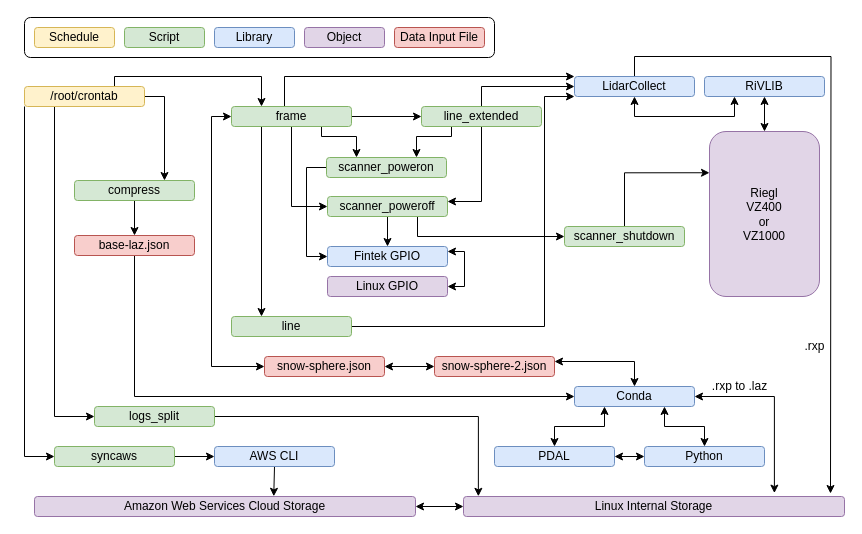
Above: Images/Software_Schematic.drawio in CRREL/Mammoth-A-TLS (draw.io), before the change. Source tidied: cells renumbered, new cells numbered last; positions are measured from the earlier drawing's top-left corner, leaving out a move shared by most shapes. Both pictures are drawn from the tidied source at 100%, with x=0, y=0 at pixel (24, 17).
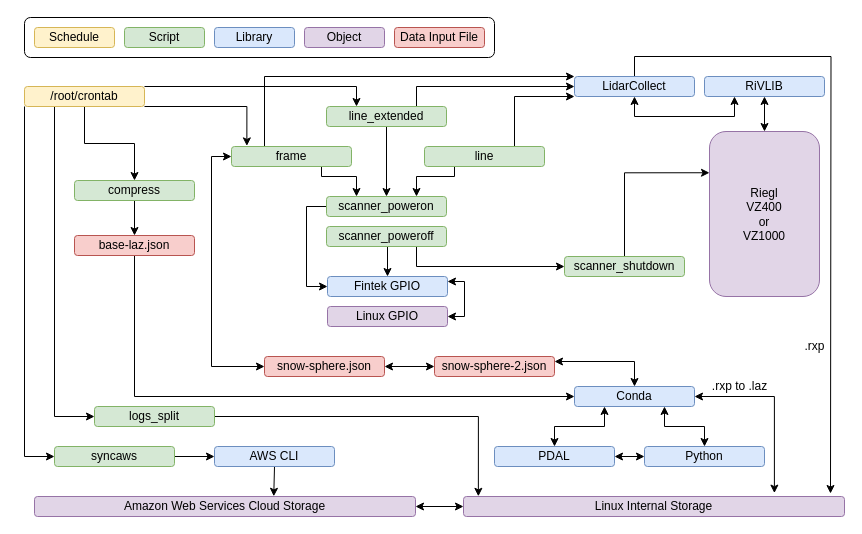
The same diagram, later.

Commit message (it also covers changes not shown here):
updated software schematic to remove scanner_poweroff calls

The change refers to these unchanged cells:
```xml
<mxCell id="7" value="/root/crontab" style="rounded=1;whiteSpace=wrap;html=1;fillColor=#fff2cc;strokeColor=#d6b656;" parent="1" vertex="1">
  <mxGeometry y="69" width="120" height="20" as="geometry" />
</mxCell>
<mxCell id="22" value="LidarCollect" style="rounded=1;whiteSpace=wrap;html=1;fillColor=#dae8fc;strokeColor=#6c8ebf;" parent="1" vertex="1">
  <mxGeometry x="550" y="59" width="120" height="20" as="geometry" />
</mxCell>
<mxCell id="43" value="compress" style="rounded=1;whiteSpace=wrap;html=1;fillColor=#d5e8d4;strokeColor=#82b366;" parent="1" vertex="1">
  <mxGeometry x="50" y="163" width="120" height="20" as="geometry" />
</mxCell>
```

The edit, as a diff of the source:
```diff
@@
-    <mxCell id="3" style="edgeStyle=orthogonalEdgeStyle;rounded=0;jettySize=auto;html=1;exitX=0.75;exitY=0;exitDx=0;exitDy=0;entryX=0.25;entryY=0;entryDx=0;entryDy=0;startArrow=none;startFill=0;" parent="1" edge="1" source="7" target="17">
-      <mxGeometry relative="1" as="geometry">
-        <Array as="points">
-          <mxPoint x="90" y="59" />
-          <mxPoint x="237" y="59" />
-        </Array>
-      </mxGeometry>
-    </mxCell>
-    <mxCell id="4" style="edgeStyle=orthogonalEdgeStyle;rounded=0;jettySize=auto;html=1;exitX=1;exitY=0.5;exitDx=0;exitDy=0;entryX=0.75;entryY=0;entryDx=0;entryDy=0;startArrow=none;startFill=0;" parent="1" edge="1" source="7" target="43">
-      <mxGeometry relative="1" as="geometry" />
-    </mxCell>
@@
+    <mxCell id="4" style="edgeStyle=orthogonalEdgeStyle;rounded=0;jettySize=auto;html=1;exitX=0.5;exitY=1;exitDx=0;exitDy=0;entryX=0.5;entryY=0;entryDx=0;entryDy=0;" parent="1" edge="1" source="7" target="43">
+      <mxGeometry relative="1" as="geometry" />
+    </mxCell>
+    <mxCell id="69" style="edgeStyle=orthogonalEdgeStyle;rounded=0;jettySize=auto;html=1;exitX=1;exitY=0;exitDx=0;exitDy=0;entryX=0.25;entryY=0;entryDx=0;entryDy=0;" parent="1" edge="1" source="7" target="64">
+      <mxGeometry relative="1" as="geometry">
+        <Array as="points">
+          <mxPoint x="332" y="69" />
+        </Array>
+      </mxGeometry>
+    </mxCell>
+    <mxCell id="3" style="edgeStyle=orthogonalEdgeStyle;rounded=0;jettySize=auto;html=1;exitX=1;exitY=1;exitDx=0;exitDy=0;entryX=0.128;entryY=-0.03;entryDx=0;entryDy=0;entryPerimeter=0;" parent="1" edge="1" source="7" target="17">
+      <mxGeometry relative="1" as="geometry">
+        <Array as="points">
+          <mxPoint x="222" y="89" />
+        </Array>
+      </mxGeometry>
+    </mxCell>
@@
     <mxCell id="8" style="edgeStyle=orthogonalEdgeStyle;rounded=0;jettySize=auto;html=1;exitX=1;exitY=0.25;exitDx=0;exitDy=0;entryX=1;entryY=0.5;entryDx=0;entryDy=0;startArrow=classic;startFill=1;" parent="1" edge="1" source="9" target="56">
       <mxGeometry relative="1" as="geometry">
         <Array as="points">
-          <mxPoint x="440" y="234" />
-          <mxPoint x="440" y="269" />
+          <mxPoint x="440" y="264" />
+          <mxPoint x="440" y="299" />
         </Array>
       </mxGeometry>
     </mxCell>
     <mxCell id="9" value="Fintek GPIO" style="rounded=1;whiteSpace=wrap;html=1;fillColor=#dae8fc;strokeColor=#6c8ebf;" parent="1" vertex="1">
-      <mxGeometry x="303" y="229" width="120" height="20" as="geometry" />
+      <mxGeometry x="303" y="259" width="120" height="20" as="geometry" />
     </mxCell>
@@
-    <mxCell id="11" style="edgeStyle=orthogonalEdgeStyle;rounded=0;jettySize=auto;html=1;exitX=1;exitY=0.5;exitDx=0;exitDy=0;entryX=0;entryY=0.5;entryDx=0;entryDy=0;startArrow=none;startFill=0;" parent="1" edge="1" source="17" target="64">
-      <mxGeometry relative="1" as="geometry" />
-    </mxCell>
     <mxCell id="12" style="edgeStyle=orthogonalEdgeStyle;rounded=0;jettySize=auto;html=1;exitX=0.75;exitY=1;exitDx=0;exitDy=0;entryX=0.25;entryY=0;entryDx=0;entryDy=0;startArrow=none;startFill=0;" parent="1" edge="1" source="17" target="36">
       <mxGeometry relative="1" as="geometry">
         <Array as="points">
-          <mxPoint x="297" y="119" />
-          <mxPoint x="332" y="119" />
+          <mxPoint x="297" y="159" />
+          <mxPoint x="332" y="159" />
         </Array>
       </mxGeometry>
     </mxCell>
-    <mxCell id="13" style="edgeStyle=orthogonalEdgeStyle;rounded=0;jettySize=auto;html=1;exitX=0.5;exitY=1;exitDx=0;exitDy=0;entryX=0;entryY=0.5;entryDx=0;entryDy=0;startArrow=none;startFill=0;" parent="1" edge="1" source="17" target="39">
-      <mxGeometry relative="1" as="geometry" />
-    </mxCell>
-    <mxCell id="14" style="edgeStyle=orthogonalEdgeStyle;rounded=0;jettySize=auto;html=1;exitX=0.75;exitY=0;exitDx=0;exitDy=0;entryX=0;entryY=0;entryDx=0;entryDy=0;startArrow=none;startFill=0;" parent="1" edge="1" source="17" target="22">
+    <mxCell id="14" style="edgeStyle=orthogonalEdgeStyle;rounded=0;jettySize=auto;html=1;exitX=0.25;exitY=0;exitDx=0;exitDy=0;entryX=0;entryY=0;entryDx=0;entryDy=0;startArrow=none;startFill=0;" parent="1" edge="1" source="17" target="22">
       <mxGeometry relative="1" as="geometry">
         <Array as="points">
-          <mxPoint x="260" y="59" />
+          <mxPoint x="240" y="129" />
+          <mxPoint x="240" y="59" />
         </Array>
       </mxGeometry>
     </mxCell>
-    <mxCell id="15" style="edgeStyle=orthogonalEdgeStyle;rounded=0;jettySize=auto;html=1;exitX=0.25;exitY=1;exitDx=0;exitDy=0;entryX=0.25;entryY=0;entryDx=0;entryDy=0;startArrow=none;startFill=0;" parent="1" edge="1" source="17" target="24">
-      <mxGeometry relative="1" as="geometry" />
-    </mxCell>
@@
     <mxCell id="17" value="frame" style="rounded=1;whiteSpace=wrap;html=1;fillColor=#d5e8d4;strokeColor=#82b366;" parent="1" vertex="1">
-      <mxGeometry x="207" y="89" width="120" height="20" as="geometry" />
+      <mxGeometry x="207" y="129" width="120" height="20" as="geometry" />
     </mxCell>
@@
+    <mxCell id="70" style="edgeStyle=orthogonalEdgeStyle;rounded=0;jettySize=auto;html=1;exitX=0.25;exitY=1;exitDx=0;exitDy=0;entryX=0.75;entryY=0;entryDx=0;entryDy=0;" parent="1" edge="1" source="24" target="36">
+      <mxGeometry relative="1" as="geometry">
+        <Array as="points">
+          <mxPoint x="430" y="159" />
+          <mxPoint x="392" y="159" />
+        </Array>
+      </mxGeometry>
+    </mxCell>
-    <mxCell id="23" style="edgeStyle=orthogonalEdgeStyle;rounded=0;jettySize=auto;html=1;exitX=1;exitY=0.5;exitDx=0;exitDy=0;entryX=0;entryY=1;entryDx=0;entryDy=0;startArrow=none;startFill=0;" parent="1" edge="1" source="24" target="22">
+    <mxCell id="23" style="edgeStyle=orthogonalEdgeStyle;rounded=0;jettySize=auto;html=1;exitX=0.75;exitY=0;exitDx=0;exitDy=0;entryX=0;entryY=1;entryDx=0;entryDy=0;" parent="1" edge="1" source="24" target="22">
       <mxGeometry relative="1" as="geometry">
         <Array as="points">
-          <mxPoint x="520" y="309" />
-          <mxPoint x="520" y="79" />
+          <mxPoint x="490" y="79" />
         </Array>
       </mxGeometry>
     </mxCell>
     <mxCell id="24" value="line" style="rounded=1;whiteSpace=wrap;html=1;fillColor=#d5e8d4;strokeColor=#82b366;" parent="1" vertex="1">
-      <mxGeometry x="207" y="299" width="120" height="20" as="geometry" />
+      <mxGeometry x="400" y="129" width="120" height="20" as="geometry" />
     </mxCell>
@@
     <mxCell id="36" value="scanner_poweron" style="rounded=1;whiteSpace=wrap;html=1;fillColor=#d5e8d4;strokeColor=#82b366;" parent="1" vertex="1">
-      <mxGeometry x="302" y="140" width="120" height="20" as="geometry" />
+      <mxGeometry x="302" y="179" width="120" height="20" as="geometry" />
     </mxCell>
@@
     <mxCell id="38" style="edgeStyle=orthogonalEdgeStyle;rounded=0;jettySize=auto;html=1;exitX=0.75;exitY=1;exitDx=0;exitDy=0;entryX=0;entryY=0.5;entryDx=0;entryDy=0;startArrow=none;startFill=0;" parent="1" edge="1" source="39" target="41">
-      <mxGeometry relative="1" as="geometry" />
+      <mxGeometry relative="1" as="geometry">
+        <Array as="points">
+          <mxPoint x="392" y="249" />
+        </Array>
+      </mxGeometry>
     </mxCell>
     <mxCell id="39" value="scanner_poweroff" style="rounded=1;whiteSpace=wrap;html=1;fillColor=#d5e8d4;strokeColor=#82b366;" parent="1" vertex="1">
-      <mxGeometry x="303" y="179" width="120" height="20" as="geometry" />
+      <mxGeometry x="302" y="209" width="120" height="20" as="geometry" />
     </mxCell>
@@
     <mxCell id="41" value="scanner_shutdown" style="rounded=1;whiteSpace=wrap;html=1;fillColor=#d5e8d4;strokeColor=#82b366;" parent="1" vertex="1">
-      <mxGeometry x="540" y="209" width="120" height="20" as="geometry" />
+      <mxGeometry x="540" y="239" width="120" height="20" as="geometry" />
     </mxCell>
@@
     <mxCell id="56" value="Linux GPIO" style="rounded=1;whiteSpace=wrap;html=1;fillColor=#e1d5e7;strokeColor=#9673a6;" parent="1" vertex="1">
-      <mxGeometry x="303" y="259" width="120" height="20" as="geometry" />
+      <mxGeometry x="303" y="289" width="120" height="20" as="geometry" />
     </mxCell>
@@
-    <mxCell id="61" style="edgeStyle=orthogonalEdgeStyle;rounded=0;jettySize=auto;html=1;exitX=0.25;exitY=1;exitDx=0;exitDy=0;entryX=0.75;entryY=0;entryDx=0;entryDy=0;startArrow=none;startFill=0;" parent="1" edge="1" source="64" target="36">
-      <mxGeometry relative="1" as="geometry">
-        <Array as="points">
-          <mxPoint x="427" y="119" />
-          <mxPoint x="392" y="119" />
-        </Array>
-      </mxGeometry>
+    <mxCell id="61" style="edgeStyle=orthogonalEdgeStyle;rounded=0;jettySize=auto;html=1;exitX=0.5;exitY=1;exitDx=0;exitDy=0;entryX=0.5;entryY=0;entryDx=0;entryDy=0;" parent="1" edge="1" source="64" target="36">
+      <mxGeometry relative="1" as="geometry" />
     </mxCell>
-    <mxCell id="62" style="edgeStyle=orthogonalEdgeStyle;rounded=0;jettySize=auto;html=1;exitX=0.5;exitY=1;exitDx=0;exitDy=0;entryX=1;entryY=0.25;entryDx=0;entryDy=0;startArrow=none;startFill=0;" parent="1" edge="1" source="64" target="39">
-      <mxGeometry relative="1" as="geometry" />
-    </mxCell>
-    <mxCell id="63" style="edgeStyle=orthogonalEdgeStyle;rounded=0;jettySize=auto;html=1;exitX=0.5;exitY=0;exitDx=0;exitDy=0;entryX=0;entryY=0.5;entryDx=0;entryDy=0;startArrow=none;startFill=0;" parent="1" edge="1" source="64" target="22">
+    <mxCell id="63" style="edgeStyle=orthogonalEdgeStyle;rounded=0;jettySize=auto;html=1;exitX=0.75;exitY=0;exitDx=0;exitDy=0;entryX=0;entryY=0.5;entryDx=0;entryDy=0;" parent="1" edge="1" source="64" target="22">
       <mxGeometry relative="1" as="geometry" />
     </mxCell>
     <mxCell id="64" value="line_extended" style="rounded=1;whiteSpace=wrap;html=1;fillColor=#d5e8d4;strokeColor=#82b366;" parent="1" vertex="1">
-      <mxGeometry x="397" y="89" width="120" height="20" as="geometry" />
+      <mxGeometry x="302" y="89" width="120" height="20" as="geometry" />
     </mxCell>
```
